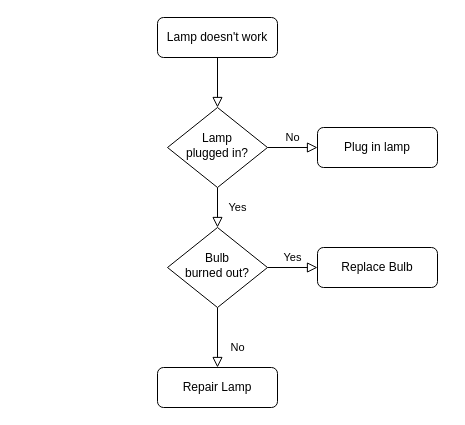
This is draw_paraview/Untitled Diagram.drawio from niudehua/draw-upic, a draw.io file, before an edit. Source tidied: cells renumbered, new cells numbered last; positions are measured from the earlier drawing's top-left corner, leaving out a move shared by most shapes. Both pictures are drawn from the tidied source at 100%, with x=0, y=0 at pixel (157, 17).
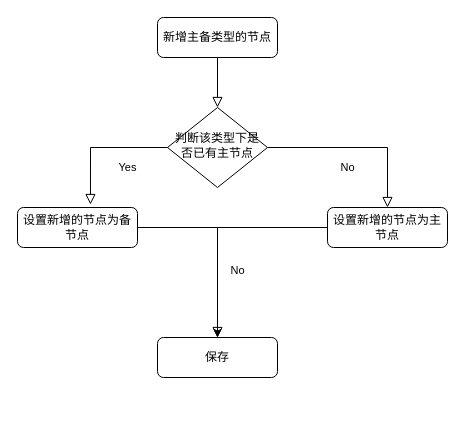
The same page after the edit.

Commit message:
添加 新增主备类型节点流程

The edit, as a diff of the source:
```diff
@@
 <mxGraphModel>
   <root>
     <mxCell id="0" />
     <mxCell id="1" parent="0" />
     <mxCell id="2" style="rounded=0;html=1;jettySize=auto;fontSize=11;endArrow=block;endFill=0;endSize=8;strokeWidth=1;shadow=0;labelBackgroundColor=none;edgeStyle=orthogonalEdgeStyle;" parent="1" edge="1" source="3" target="6">
       <mxGeometry relative="1" as="geometry" />
     </mxCell>
-    <mxCell id="3" value="Lamp doesn't work" style="rounded=1;whiteSpace=wrap;html=1;fontSize=12;glass=0;strokeWidth=1;shadow=0;" parent="1" vertex="1">
+    <mxCell id="3" value="新增主备类型的节点" style="rounded=1;whiteSpace=wrap;html=1;fontSize=12;glass=0;strokeWidth=1;shadow=0;" parent="1" vertex="1">
       <mxGeometry width="120" height="40" as="geometry" />
     </mxCell>
-    <mxCell id="4" value="Yes" style="rounded=0;html=1;jettySize=auto;fontSize=11;endArrow=block;endFill=0;endSize=8;strokeWidth=1;shadow=0;labelBackgroundColor=none;edgeStyle=orthogonalEdgeStyle;" parent="1" edge="1" source="6" target="10">
-      <mxGeometry y="20" relative="1" as="geometry" />
+    <mxCell id="4" value="Yes" style="rounded=0;html=1;jettySize=auto;fontSize=11;endArrow=block;endFill=0;endSize=8;strokeWidth=1;shadow=0;labelBackgroundColor=none;edgeStyle=orthogonalEdgeStyle;entryX=0.608;entryY=-0.075;entryDx=0;entryDy=0;entryPerimeter=0;" parent="1" edge="1" source="6" target="14">
+      <mxGeometry x="-0.4" y="20" relative="1" as="geometry" />
     </mxCell>
     <mxCell id="5" value="No" style="edgeStyle=orthogonalEdgeStyle;rounded=0;html=1;jettySize=auto;fontSize=11;endArrow=block;endFill=0;endSize=8;strokeWidth=1;shadow=0;labelBackgroundColor=none;" parent="1" edge="1" source="6" target="7">
-      <mxGeometry y="10" relative="1" as="geometry" />
+      <mxGeometry x="-0.11" y="-20" relative="1" as="geometry" />
     </mxCell>
-    <mxCell id="6" value="Lamp&lt;br&gt;plugged in?" style="rhombus;whiteSpace=wrap;html=1;shadow=0;fontFamily=Helvetica;fontSize=12;align=center;strokeWidth=1;spacing=6;spacingTop=-4;" parent="1" vertex="1">
+    <mxCell id="6" value="判断该类型下是否已有主节点" style="rhombus;whiteSpace=wrap;html=1;shadow=0;fontFamily=Helvetica;fontSize=12;align=center;strokeWidth=1;spacing=6;spacingTop=-4;" parent="1" vertex="1">
       <mxGeometry x="10" y="90" width="100" height="80" as="geometry" />
     </mxCell>
+    <mxCell id="13" style="edgeStyle=orthogonalEdgeStyle;rounded=0;jettySize=auto;html=1;entryX=0.5;entryY=0;entryDx=0;entryDy=0;" parent="1" edge="1" source="7" target="11">
+      <mxGeometry relative="1" as="geometry" />
+    </mxCell>
-    <mxCell id="7" value="Plug in lamp" style="rounded=1;whiteSpace=wrap;html=1;fontSize=12;glass=0;strokeWidth=1;shadow=0;" parent="1" vertex="1">
-      <mxGeometry x="160" y="110" width="120" height="40" as="geometry" />
+    <mxCell id="7" value="设置新增的节点为主节点" style="rounded=1;whiteSpace=wrap;html=1;fontSize=12;glass=0;strokeWidth=1;shadow=0;" parent="1" vertex="1">
+      <mxGeometry x="170" y="190" width="120" height="40" as="geometry" />
     </mxCell>
-    <mxCell id="8" value="No" style="rounded=0;html=1;jettySize=auto;fontSize=11;endArrow=block;endFill=0;endSize=8;strokeWidth=1;shadow=0;labelBackgroundColor=none;edgeStyle=orthogonalEdgeStyle;" parent="1" edge="1" source="10" target="11">
-      <mxGeometry x="0.33" y="20" relative="1" as="geometry" />
+    <mxCell id="8" value="No" style="rounded=0;html=1;jettySize=auto;fontSize=11;endArrow=block;endFill=0;endSize=8;strokeWidth=1;shadow=0;labelBackgroundColor=none;edgeStyle=orthogonalEdgeStyle;" parent="1" edge="1" target="11">
+      <mxGeometry x="0.33" y="20" relative="1" as="geometry">
+        <mxPoint x="-20" y="220" as="sourcePoint" />
+        <Array as="points">
+          <mxPoint x="-20" y="210" />
+          <mxPoint x="60" y="210" />
+        </Array>
+      </mxGeometry>
     </mxCell>
-    <mxCell id="9" value="Yes" style="edgeStyle=orthogonalEdgeStyle;rounded=0;html=1;jettySize=auto;fontSize=11;endArrow=block;endFill=0;endSize=8;strokeWidth=1;shadow=0;labelBackgroundColor=none;" parent="1" edge="1" source="10" target="12">
-      <mxGeometry y="10" relative="1" as="geometry" />
-    </mxCell>
-    <mxCell id="10" value="Bulb&lt;br&gt;burned out?" style="rhombus;whiteSpace=wrap;html=1;shadow=0;fontFamily=Helvetica;fontSize=12;align=center;strokeWidth=1;spacing=6;spacingTop=-4;" parent="1" vertex="1">
-      <mxGeometry x="10" y="210" width="100" height="80" as="geometry" />
-    </mxCell>
-    <mxCell id="11" value="Repair Lamp" style="rounded=1;whiteSpace=wrap;html=1;fontSize=12;glass=0;strokeWidth=1;shadow=0;" parent="1" vertex="1">
-      <mxGeometry y="350" width="120" height="40" as="geometry" />
+    <mxCell id="11" value="保存" style="rounded=1;whiteSpace=wrap;html=1;fontSize=12;glass=0;strokeWidth=1;shadow=0;" parent="1" vertex="1">
+      <mxGeometry y="320" width="120" height="40" as="geometry" />
     </mxCell>
-    <mxCell id="12" value="Replace Bulb" style="rounded=1;whiteSpace=wrap;html=1;fontSize=12;glass=0;strokeWidth=1;shadow=0;" parent="1" vertex="1">
-      <mxGeometry x="160" y="230" width="120" height="40" as="geometry" />
-    </mxCell>
+    <mxCell id="14" value="设置新增的节点为备节点" style="rounded=1;whiteSpace=wrap;html=1;fontSize=12;glass=0;strokeWidth=1;shadow=0;" parent="1" vertex="1">
+      <mxGeometry x="-140" y="190" width="120" height="40" as="geometry" />
+    </mxCell>
   </root>
 </mxGraphModel>
```
